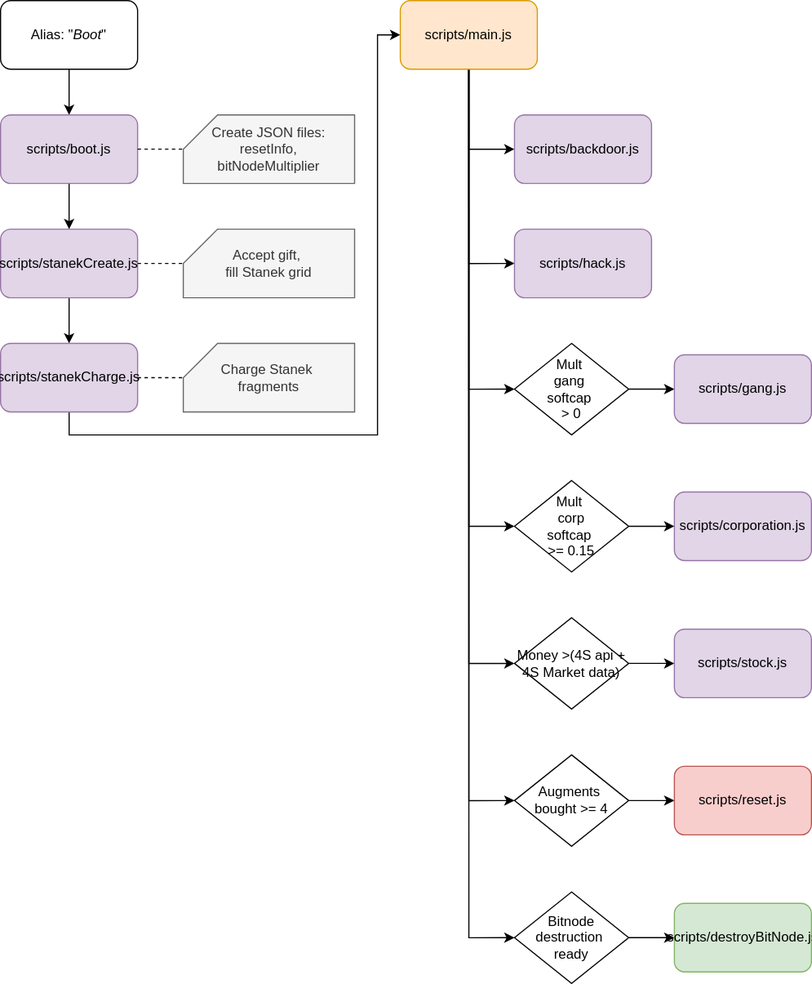
The draw.io diagram diagrams/Script sequence.svg in InfernoIV/bitburner-scripts, before a commit. Source tidied: cells renumbered, new cells last; positions are measured from the earlier drawing's top-left corner, leaving out a move shared by most shapes.
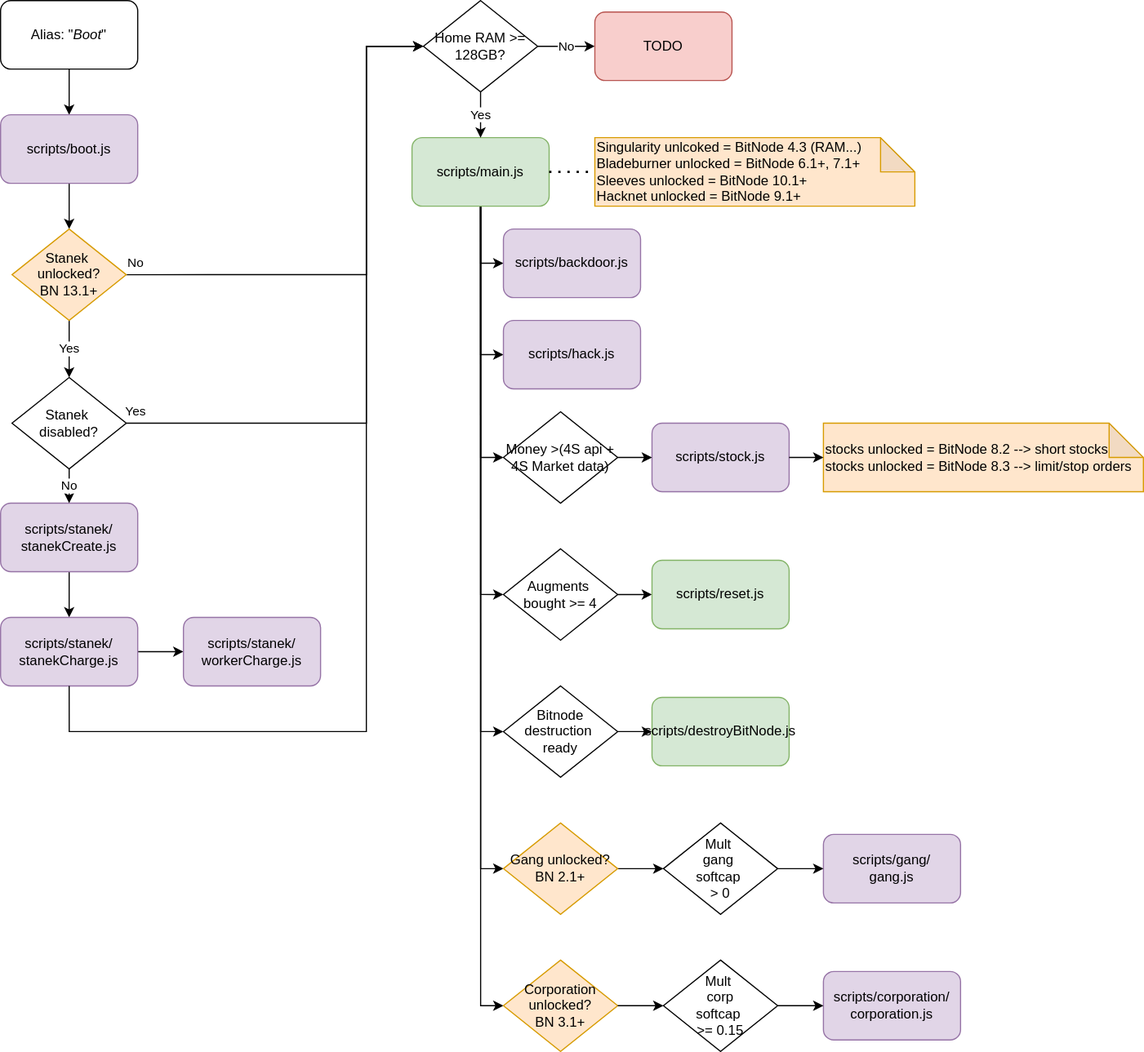
The same diagram one commit later.

The edit, as a diff of the source:
```diff
@@ -8,7 +8,7 @@
     <mxCell id="3" value="Alias: &quot;&lt;i&gt;Boot&lt;/i&gt;&quot;" style="rounded=1;whiteSpace=wrap;html=1;fillColor=#FFFFFF;" parent="1" vertex="1">
       <mxGeometry width="120" height="60" as="geometry" />
     </mxCell>
-    <mxCell id="4" style="edgeStyle=none;rounded=0;jettySize=auto;html=1;exitX=0.5;exitY=1;exitDx=0;exitDy=0;entryX=0.5;entryY=0;entryDx=0;entryDy=0;" parent="1" edge="1" source="5" target="7">
+    <mxCell id="4" style="edgeStyle=none;rounded=0;jettySize=auto;html=1;exitX=0.5;exitY=1;exitDx=0;exitDy=0;entryX=0.5;entryY=0;entryDx=0;entryDy=0;" parent="1" edge="1" source="5" target="44">
       <mxGeometry relative="1" as="geometry" />
     </mxCell>
     <mxCell id="5" value="scripts/boot.js" style="rounded=1;whiteSpace=wrap;html=1;fillColor=#e1d5e7;strokeColor=#9673a6;" parent="1" vertex="1">
@@ -17,8 +17,8 @@
     <mxCell id="6" style="edgeStyle=none;rounded=0;jettySize=auto;html=1;exitX=0.5;exitY=1;exitDx=0;exitDy=0;entryX=0.5;entryY=0;entryDx=0;entryDy=0;" parent="1" edge="1" source="7" target="23">
       <mxGeometry relative="1" as="geometry" />
     </mxCell>
-    <mxCell id="7" value="scripts/stanekCreate.js" style="rounded=1;whiteSpace=wrap;html=1;fillColor=#e1d5e7;strokeColor=#9673a6;" parent="1" vertex="1">
-      <mxGeometry y="200" width="120" height="60" as="geometry" />
+    <mxCell id="7" value="&lt;div&gt;scripts/stanek/&lt;/div&gt;&lt;div&gt;stanekCreate.js&lt;/div&gt;" style="rounded=1;whiteSpace=wrap;html=1;fillColor=#e1d5e7;strokeColor=#9673a6;" parent="1" vertex="1">
+      <mxGeometry y="440" width="120" height="60" as="geometry" />
     </mxCell>
     <mxCell id="8" style="edgeStyle=orthogonalEdgeStyle;rounded=0;jettySize=auto;html=1;exitX=0.5;exitY=1;exitDx=0;exitDy=0;entryX=0;entryY=0.5;entryDx=0;entryDy=0;" parent="1" edge="1" source="15" target="25">
       <mxGeometry relative="1" as="geometry" />
@@ -41,61 +41,37 @@
     <mxCell id="14" style="edgeStyle=orthogonalEdgeStyle;rounded=0;jettySize=auto;html=1;exitX=0.5;exitY=1;exitDx=0;exitDy=0;entryX=0;entryY=0.5;entryDx=0;entryDy=0;" parent="1" edge="1" source="15" target="40">
       <mxGeometry relative="1" as="geometry" />
     </mxCell>
-    <mxCell id="15" value="scripts/main.js" style="rounded=1;whiteSpace=wrap;html=1;fillColor=#ffe6cc;strokeColor=#d79b00;" parent="1" vertex="1">
-      <mxGeometry x="350" width="120" height="60" as="geometry" />
+    <mxCell id="15" value="scripts/main.js" style="rounded=1;whiteSpace=wrap;html=1;fillColor=#d5e8d4;strokeColor=#82b366;" parent="1" vertex="1">
+      <mxGeometry x="360" y="120" width="120" height="60" as="geometry" />
     </mxCell>
-    <mxCell id="16" value="&lt;div&gt;Create JSON files: resetInfo, &lt;br&gt;&lt;/div&gt;&lt;div&gt;bitNodeMultiplier&lt;br&gt;&lt;/div&gt;" style="shape=card;whiteSpace=wrap;html=1;fillColor=#f5f5f5;fontColor=#333333;strokeColor=#666666;" parent="1" vertex="1">
-      <mxGeometry x="160" y="100" width="150" height="60" as="geometry" />
-    </mxCell>
-    <mxCell id="17" value="&lt;div&gt;Accept gift,&amp;nbsp;&lt;/div&gt;&lt;div&gt;fill Stanek grid&lt;/div&gt;" style="shape=card;whiteSpace=wrap;html=1;fillColor=#f5f5f5;fontColor=#333333;strokeColor=#666666;" parent="1" vertex="1">
-      <mxGeometry x="160" y="200" width="150" height="60" as="geometry" />
-    </mxCell>
-    <mxCell id="18" style="edgeStyle=none;rounded=0;jettySize=auto;html=1;exitX=1;exitY=0.5;exitDx=0;exitDy=0;entryX=0;entryY=0;entryDx=0;entryDy=30;entryPerimeter=0;dashed=1;endArrow=none;endFill=0;" parent="1" edge="1" source="5" target="16">
-      <mxGeometry relative="1" as="geometry" />
-    </mxCell>
-    <mxCell id="19" style="edgeStyle=none;rounded=0;jettySize=auto;html=1;exitX=1;exitY=0.5;exitDx=0;exitDy=0;entryX=0;entryY=0;entryDx=0;entryDy=30;entryPerimeter=0;dashed=1;endArrow=none;endFill=0;" parent="1" edge="1" source="7" target="17">
-      <mxGeometry relative="1" as="geometry" />
-    </mxCell>
-    <mxCell id="20" value="&lt;div&gt;Charge Stanek&amp;nbsp;&lt;/div&gt;&lt;div&gt;fragments&lt;/div&gt;" style="shape=card;whiteSpace=wrap;html=1;fillColor=#f5f5f5;fontColor=#333333;strokeColor=#666666;" parent="1" vertex="1">
-      <mxGeometry x="160" y="300" width="150" height="60" as="geometry" />
-    </mxCell>
-    <mxCell id="21" style="edgeStyle=none;rounded=0;jettySize=auto;html=1;entryX=0;entryY=0;entryDx=0;entryDy=30;entryPerimeter=0;dashed=1;endArrow=none;endFill=0;exitX=1;exitY=0.5;exitDx=0;exitDy=0;" parent="1" edge="1" source="23" target="20">
-      <mxGeometry relative="1" as="geometry" />
-    </mxCell>
-    <mxCell id="22" style="edgeStyle=orthogonalEdgeStyle;rounded=0;jettySize=auto;html=1;exitX=0.5;exitY=1;exitDx=0;exitDy=0;entryX=0;entryY=0.5;entryDx=0;entryDy=0;" parent="1" edge="1" source="23" target="15">
-      <mxGeometry relative="1" as="geometry">
-        <Array as="points">
-          <mxPoint x="60" y="380" />
-          <mxPoint x="330" y="380" />
-          <mxPoint x="330" y="30" />
-        </Array>
-      </mxGeometry>
-    </mxCell>
+    <mxCell id="41" style="edgeStyle=orthogonalEdgeStyle;rounded=0;jettySize=auto;html=1;exitX=1;exitY=0.5;exitDx=0;exitDy=0;entryX=0;entryY=0.5;entryDx=0;entryDy=0;" parent="1" edge="1" source="23" target="52">
+      <mxGeometry relative="1" as="geometry" />
+    </mxCell>
-    <mxCell id="23" value="scripts/stanekCharge.js" style="rounded=1;whiteSpace=wrap;html=1;fillColor=#e1d5e7;strokeColor=#9673a6;" parent="1" vertex="1">
-      <mxGeometry y="300" width="120" height="60" as="geometry" />
+    <mxCell id="23" value="&lt;div&gt;scripts/stanek/&lt;/div&gt;&lt;div&gt;stanekCharge.js&lt;/div&gt;" style="rounded=1;whiteSpace=wrap;html=1;fillColor=#e1d5e7;strokeColor=#9673a6;" parent="1" vertex="1">
+      <mxGeometry y="540" width="120" height="60" as="geometry" />
     </mxCell>
-    <mxCell id="24" style="edgeStyle=none;rounded=0;jettySize=auto;html=1;exitX=1;exitY=0.5;exitDx=0;exitDy=0;entryX=0;entryY=0.5;entryDx=0;entryDy=0;" parent="1" edge="1" source="25" target="28">
+    <mxCell id="24" style="edgeStyle=none;rounded=0;jettySize=auto;html=1;exitX=1;exitY=0.5;exitDx=0;exitDy=0;entryX=0;entryY=0.5;entryDx=0;entryDy=0;" parent="1" edge="1" source="25" target="54">
       <mxGeometry relative="1" as="geometry" />
     </mxCell>
-    <mxCell id="25" value="&lt;div&gt;Mult&amp;nbsp;&lt;/div&gt;&lt;div&gt;gang&amp;nbsp;&lt;/div&gt;&lt;div&gt;softcap&amp;nbsp;&lt;/div&gt;&lt;div&gt;&amp;gt; 0&lt;/div&gt;" style="rhombus;whiteSpace=wrap;html=1;" parent="1" vertex="1">
-      <mxGeometry x="450" y="300" width="100" height="80" as="geometry" />
+    <mxCell id="25" value="Gang unlocked?&lt;br&gt;BN 2.1+" style="rhombus;whiteSpace=wrap;html=1;fillColor=#ffe6cc;strokeColor=#d79b00;" parent="1" vertex="1">
+      <mxGeometry x="440" y="720" width="100" height="80" as="geometry" />
     </mxCell>
-    <mxCell id="26" value="&lt;div&gt;Mult&amp;nbsp;&lt;/div&gt;&lt;div&gt;corp&lt;/div&gt;&lt;div&gt;softcap&amp;nbsp;&lt;/div&gt;&lt;div&gt;&amp;gt;= 0.15&lt;/div&gt;" style="rhombus;whiteSpace=wrap;html=1;" parent="1" vertex="1">
-      <mxGeometry x="450" y="420" width="100" height="80" as="geometry" />
+    <mxCell id="26" value="&lt;div&gt;Corporation unlocked?&lt;/div&gt;BN 3.1+" style="rhombus;whiteSpace=wrap;html=1;fillColor=#ffe6cc;strokeColor=#d79b00;" parent="1" vertex="1">
+      <mxGeometry x="440" y="840" width="100" height="80" as="geometry" />
     </mxCell>
     <mxCell id="27" value="Money &amp;gt;(4S api + 4S Market data)" style="rhombus;whiteSpace=wrap;html=1;" parent="1" vertex="1">
-      <mxGeometry x="450" y="540" width="100" height="80" as="geometry" />
+      <mxGeometry x="440" y="360" width="100" height="80" as="geometry" />
     </mxCell>
-    <mxCell id="28" value="scripts/gang.js" style="rounded=1;whiteSpace=wrap;html=1;fillColor=#e1d5e7;strokeColor=#9673a6;" parent="1" vertex="1">
-      <mxGeometry x="590" y="310" width="120" height="60" as="geometry" />
+    <mxCell id="28" value="&lt;div&gt;scripts/gang/&lt;/div&gt;&lt;div&gt;gang.js&lt;/div&gt;" style="rounded=1;whiteSpace=wrap;html=1;fillColor=#e1d5e7;strokeColor=#9673a6;" parent="1" vertex="1">
+      <mxGeometry x="720" y="730" width="120" height="60" as="geometry" />
     </mxCell>
-    <mxCell id="29" value="scripts/corporation.js" style="rounded=1;whiteSpace=wrap;html=1;fillColor=#e1d5e7;strokeColor=#9673a6;" parent="1" vertex="1">
-      <mxGeometry x="590" y="430" width="120" height="60" as="geometry" />
+    <mxCell id="29" value="&lt;div&gt;scripts/corporation/&lt;/div&gt;&lt;div&gt;corporation.js&lt;/div&gt;" style="rounded=1;whiteSpace=wrap;html=1;fillColor=#e1d5e7;strokeColor=#9673a6;" parent="1" vertex="1">
+      <mxGeometry x="720" y="850" width="120" height="60" as="geometry" />
     </mxCell>
     <mxCell id="30" value="scripts/stock.js" style="rounded=1;whiteSpace=wrap;html=1;fillColor=#e1d5e7;strokeColor=#9673a6;" parent="1" vertex="1">
-      <mxGeometry x="590" y="550" width="120" height="60" as="geometry" />
+      <mxGeometry x="570" y="370" width="120" height="60" as="geometry" />
     </mxCell>
-    <mxCell id="31" style="edgeStyle=none;rounded=0;jettySize=auto;html=1;exitX=1;exitY=0.5;exitDx=0;exitDy=0;entryX=0;entryY=0.5;entryDx=0;entryDy=0;" parent="1" edge="1" source="26" target="29">
+    <mxCell id="31" style="edgeStyle=none;rounded=0;jettySize=auto;html=1;exitX=1;exitY=0.5;exitDx=0;exitDy=0;entryX=0;entryY=0.5;entryDx=0;entryDy=0;" parent="1" edge="1" source="26" target="56">
       <mxGeometry relative="1" as="geometry" />
     </mxCell>
     <mxCell id="32" style="edgeStyle=none;rounded=0;jettySize=auto;html=1;exitX=1;exitY=0.5;exitDx=0;exitDy=0;entryX=0;entryY=0.5;entryDx=0;entryDy=0;" parent="1" edge="1" source="27" target="30">
@@ -105,25 +81,103 @@
       <mxGeometry relative="1" as="geometry" />
     </mxCell>
     <mxCell id="34" value="&lt;div&gt;Bitnode destruction&amp;nbsp;&lt;/div&gt;&lt;div&gt;ready&lt;/div&gt;" style="rhombus;whiteSpace=wrap;html=1;" parent="1" vertex="1">
-      <mxGeometry x="450" y="780" width="100" height="80" as="geometry" />
+      <mxGeometry x="440" y="600" width="100" height="80" as="geometry" />
     </mxCell>
     <mxCell id="35" value="scripts/destroyBitNode.js" style="rounded=1;whiteSpace=wrap;html=1;fillColor=#d5e8d4;strokeColor=#82b366;" parent="1" vertex="1">
-      <mxGeometry x="590" y="790" width="120" height="60" as="geometry" />
+      <mxGeometry x="570" y="610" width="120" height="60" as="geometry" />
     </mxCell>
     <mxCell id="36" style="edgeStyle=none;rounded=0;jettySize=auto;html=1;exitX=1;exitY=0.5;exitDx=0;exitDy=0;entryX=0;entryY=0.5;entryDx=0;entryDy=0;" parent="1" edge="1" source="37" target="38">
       <mxGeometry relative="1" as="geometry" />
     </mxCell>
     <mxCell id="37" value="&lt;div&gt;Augments&amp;nbsp;&lt;/div&gt;&lt;div&gt;bought &amp;gt;= 4&lt;/div&gt;" style="rhombus;whiteSpace=wrap;html=1;" parent="1" vertex="1">
-      <mxGeometry x="450" y="660" width="100" height="80" as="geometry" />
+      <mxGeometry x="440" y="480" width="100" height="80" as="geometry" />
     </mxCell>
-    <mxCell id="38" value="scripts/reset.js" style="rounded=1;whiteSpace=wrap;html=1;fillColor=#f8cecc;strokeColor=#b85450;" parent="1" vertex="1">
-      <mxGeometry x="590" y="670" width="120" height="60" as="geometry" />
+    <mxCell id="38" value="scripts/reset.js" style="rounded=1;whiteSpace=wrap;html=1;fillColor=#d5e8d4;strokeColor=#82b366;" parent="1" vertex="1">
+      <mxGeometry x="570" y="490" width="120" height="60" as="geometry" />
     </mxCell>
     <mxCell id="39" value="scripts/backdoor.js" style="rounded=1;whiteSpace=wrap;html=1;fillColor=#e1d5e7;strokeColor=#9673a6;" parent="1" vertex="1">
-      <mxGeometry x="450" y="100" width="120" height="60" as="geometry" />
+      <mxGeometry x="440" y="200" width="120" height="60" as="geometry" />
     </mxCell>
     <mxCell id="40" value="scripts/hack.js" style="rounded=1;whiteSpace=wrap;html=1;fillColor=#e1d5e7;strokeColor=#9673a6;" parent="1" vertex="1">
-      <mxGeometry x="450" y="200" width="120" height="60" as="geometry" />
+      <mxGeometry x="440" y="280" width="120" height="60" as="geometry" />
     </mxCell>
+    <mxCell id="42" value="No" style="edgeStyle=orthogonalEdgeStyle;rounded=0;jettySize=auto;html=1;exitX=1;exitY=0.5;exitDx=0;exitDy=0;entryX=0;entryY=0.5;entryDx=0;entryDy=0;" parent="1" edge="1" source="44" target="48">
+      <mxGeometry x="-0.96" y="10" relative="1" as="geometry">
+        <Array as="points">
+          <mxPoint x="320" y="240" />
+          <mxPoint x="320" y="40" />
+        </Array>
+        <mxPoint x="-1" as="offset" />
+      </mxGeometry>
+    </mxCell>
+    <mxCell id="43" value="Yes" style="edgeStyle=orthogonalEdgeStyle;rounded=0;jettySize=auto;html=1;exitX=0.5;exitY=1;exitDx=0;exitDy=0;entryX=0.5;entryY=0;entryDx=0;entryDy=0;" parent="1" edge="1" source="44" target="51">
+      <mxGeometry relative="1" as="geometry" />
+    </mxCell>
+    <mxCell id="44" value="&lt;div&gt;Stanek&amp;nbsp;&lt;/div&gt;&lt;div&gt;unlocked?&lt;/div&gt;&lt;div&gt;BN 13.1+&lt;br&gt;&lt;/div&gt;" style="rhombus;whiteSpace=wrap;html=1;fillColor=#ffe6cc;strokeColor=#d79b00;" parent="1" vertex="1">
+      <mxGeometry x="10" y="200" width="100" height="80" as="geometry" />
+    </mxCell>
+    <mxCell id="45" style="edgeStyle=orthogonalEdgeStyle;rounded=0;jettySize=auto;html=1;entryX=0;entryY=0.5;entryDx=0;entryDy=0;exitX=0.5;exitY=1;exitDx=0;exitDy=0;" parent="1" edge="1" source="23" target="48">
+      <mxGeometry relative="1" as="geometry">
+        <Array as="points">
+          <mxPoint x="60" y="640" />
+          <mxPoint x="320" y="640" />
+          <mxPoint x="320" y="40" />
+        </Array>
+      </mxGeometry>
+    </mxCell>
+    <mxCell id="46" value="Yes" style="edgeStyle=orthogonalEdgeStyle;rounded=0;jettySize=auto;html=1;exitX=0.5;exitY=1;exitDx=0;exitDy=0;entryX=0.5;entryY=0;entryDx=0;entryDy=0;" parent="1" edge="1" source="48" target="15">
+      <mxGeometry relative="1" as="geometry" />
+    </mxCell>
+    <mxCell id="47" value="No" style="edgeStyle=orthogonalEdgeStyle;rounded=0;jettySize=auto;html=1;exitX=1;exitY=0.5;exitDx=0;exitDy=0;entryX=0;entryY=0.5;entryDx=0;entryDy=0;" parent="1" edge="1" source="48" target="61">
+      <mxGeometry relative="1" as="geometry" />
+    </mxCell>
+    <mxCell id="48" value="Home RAM &amp;gt;= 128GB?" style="rhombus;whiteSpace=wrap;html=1;" parent="1" vertex="1">
+      <mxGeometry x="370" width="100" height="80" as="geometry" />
+    </mxCell>
+    <mxCell id="49" value="Yes" style="edgeStyle=orthogonalEdgeStyle;rounded=0;jettySize=auto;html=1;exitX=1;exitY=0.5;exitDx=0;exitDy=0;entryX=0;entryY=0.5;entryDx=0;entryDy=0;" parent="1" edge="1" source="51" target="48">
+      <mxGeometry x="-0.97" y="10" relative="1" as="geometry">
+        <Array as="points">
+          <mxPoint x="320" y="370" />
+          <mxPoint x="320" y="40" />
+        </Array>
+        <mxPoint x="-1" as="offset" />
+      </mxGeometry>
+    </mxCell>
+    <mxCell id="50" value="No" style="edgeStyle=orthogonalEdgeStyle;rounded=0;jettySize=auto;html=1;exitX=0.5;exitY=1;exitDx=0;exitDy=0;entryX=0.5;entryY=0;entryDx=0;entryDy=0;" parent="1" edge="1" source="51" target="7">
+      <mxGeometry relative="1" as="geometry" />
+    </mxCell>
+    <mxCell id="51" value="&lt;div&gt;Stanek&amp;nbsp;&lt;/div&gt;&lt;div&gt;disabled?&lt;/div&gt;" style="rhombus;whiteSpace=wrap;html=1;" parent="1" vertex="1">
+      <mxGeometry x="10" y="330" width="100" height="80" as="geometry" />
+    </mxCell>
+    <mxCell id="52" value="&lt;div&gt;scripts/stanek/&lt;/div&gt;&lt;div&gt;workerCharge.js&lt;/div&gt;" style="rounded=1;whiteSpace=wrap;html=1;fillColor=#e1d5e7;strokeColor=#9673a6;" parent="1" vertex="1">
+      <mxGeometry x="160" y="540" width="120" height="60" as="geometry" />
+    </mxCell>
+    <mxCell id="53" style="edgeStyle=orthogonalEdgeStyle;rounded=0;jettySize=auto;html=1;exitX=1;exitY=0.5;exitDx=0;exitDy=0;entryX=0;entryY=0.5;entryDx=0;entryDy=0;" parent="1" edge="1" source="54" target="28">
+      <mxGeometry relative="1" as="geometry" />
+    </mxCell>
+    <mxCell id="54" value="&lt;div&gt;Mult&amp;nbsp;&lt;/div&gt;&lt;div&gt;gang&amp;nbsp;&lt;/div&gt;&lt;div&gt;softcap&amp;nbsp;&lt;/div&gt;&lt;div&gt;&amp;gt; 0&lt;/div&gt;" style="rhombus;whiteSpace=wrap;html=1;" parent="1" vertex="1">
+      <mxGeometry x="580" y="720" width="100" height="80" as="geometry" />
+    </mxCell>
+    <mxCell id="55" style="edgeStyle=orthogonalEdgeStyle;rounded=0;jettySize=auto;html=1;exitX=1;exitY=0.5;exitDx=0;exitDy=0;entryX=0;entryY=0.5;entryDx=0;entryDy=0;" parent="1" edge="1" source="56" target="29">
+      <mxGeometry relative="1" as="geometry" />
+    </mxCell>
+    <mxCell id="56" value="&lt;div&gt;Mult&amp;nbsp;&lt;/div&gt;&lt;div&gt;corp&lt;/div&gt;&lt;div&gt;softcap&amp;nbsp;&lt;/div&gt;&lt;div&gt;&amp;gt;= 0.15&lt;/div&gt;" style="rhombus;whiteSpace=wrap;html=1;" parent="1" vertex="1">
+      <mxGeometry x="580" y="840" width="100" height="80" as="geometry" />
+    </mxCell>
+    <mxCell id="57" style="endArrow=none;dashed=1;html=1;dashPattern=1 3;strokeWidth=2;rounded=0;exitX=1;exitY=0.5;exitDx=0;exitDy=0;entryX=0;entryY=0.5;entryDx=0;entryDy=0;entryPerimeter=0;" parent="1" edge="1" source="15" target="58">
+      <mxGeometry relative="1" as="geometry" />
+    </mxCell>
+    <mxCell id="58" value="&lt;div&gt;Singularity unlcoked = BitNode 4.3 (RAM...)&lt;br&gt;&lt;/div&gt;&lt;div&gt;Bladeburner unlocked = BitNode 6.1+, 7.1+&lt;br&gt;&lt;/div&gt;&lt;div&gt;Sleeves unlocked = BitNode 10.1+&lt;/div&gt;&lt;div&gt;Hacknet unlocked = BitNode 9.1+&lt;br&gt;&lt;/div&gt;" style="shape=note;whiteSpace=wrap;html=1;backgroundOutline=1;darkOpacity=0.05;align=left;fillColor=#ffe6cc;strokeColor=#d79b00;" parent="1" vertex="1">
+      <mxGeometry x="520" y="120" width="280" height="60" as="geometry" />
+    </mxCell>
+    <mxCell id="59" value="&lt;div&gt;stocks unlocked = BitNode 8.2 --&amp;gt; short stocks&lt;/div&gt;&lt;div&gt;stocks unlocked = BitNode 8.3 --&amp;gt; limit/stop orders&lt;/div&gt;" style="shape=note;whiteSpace=wrap;html=1;backgroundOutline=1;darkOpacity=0.05;align=left;fillColor=#ffe6cc;strokeColor=#d79b00;" parent="1" vertex="1">
+      <mxGeometry x="720" y="370" width="280" height="60" as="geometry" />
+    </mxCell>
+    <mxCell id="60" style="edgeStyle=orthogonalEdgeStyle;rounded=0;jettySize=auto;html=1;exitX=1;exitY=0.5;exitDx=0;exitDy=0;entryX=0;entryY=0.5;entryDx=0;entryDy=0;entryPerimeter=0;" parent="1" edge="1" source="30" target="59">
+      <mxGeometry relative="1" as="geometry" />
+    </mxCell>
+    <mxCell id="61" value="TODO" style="rounded=1;whiteSpace=wrap;html=1;fillColor=#f8cecc;strokeColor=#b85450;" parent="1" vertex="1">
+      <mxGeometry x="520" y="10" width="120" height="60" as="geometry" />
+    </mxCell>
   </root>
 </mxGraphModel>
```
